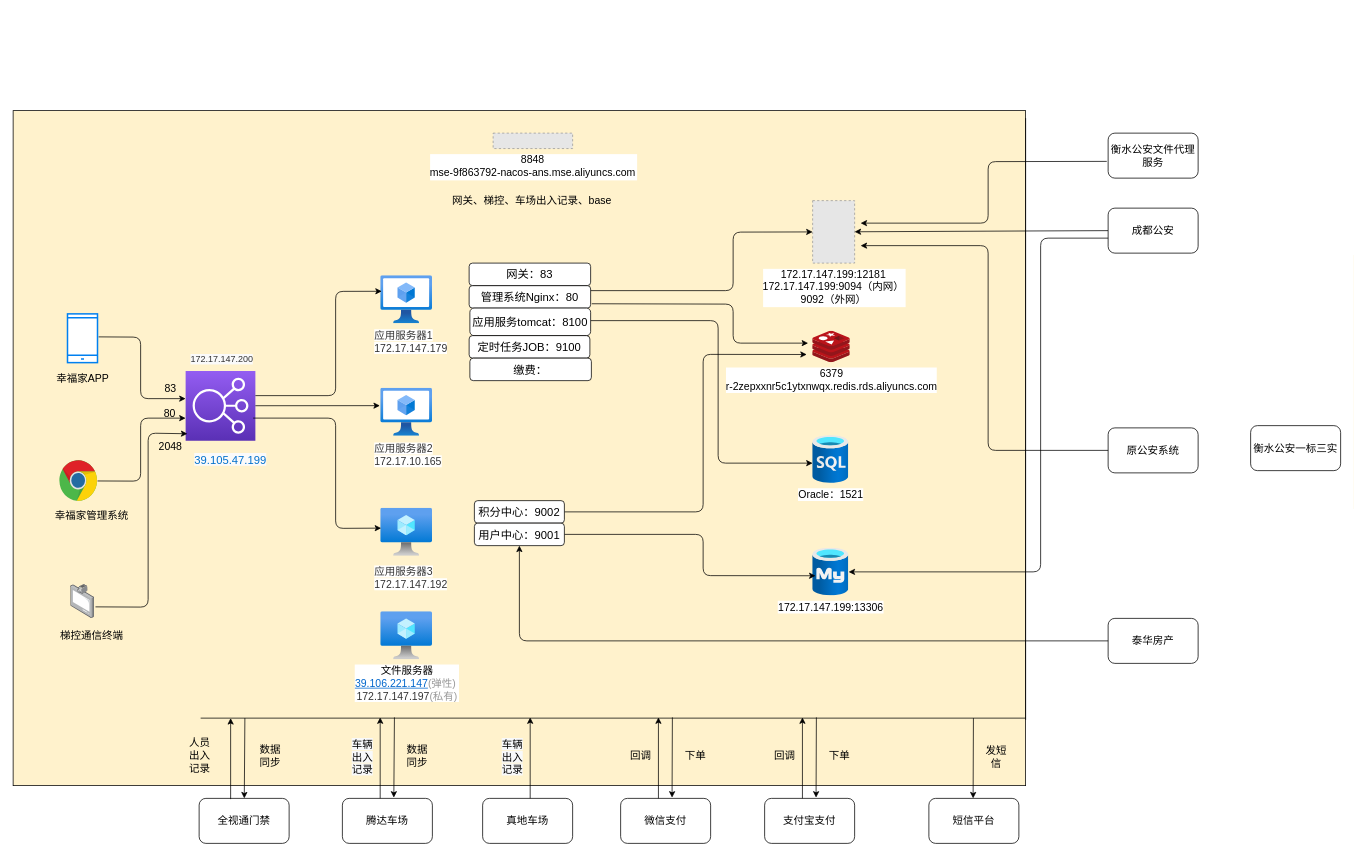
Earlier version of the draw.io diagram page "幸福家社区" (4 of 4) of heng_community.drawio (jeffmacn/myjava). Source tidied: cells renumbered, new cells numbered last; positions are measured from the earlier drawing's top-left corner, leaving out a move shared by most shapes. Both pictures are drawn from the tidied source at 75%, with x=0, y=0 at pixel (13, 110). Pictures stored in the file or linked from it are replaced by grey dashed boxes.
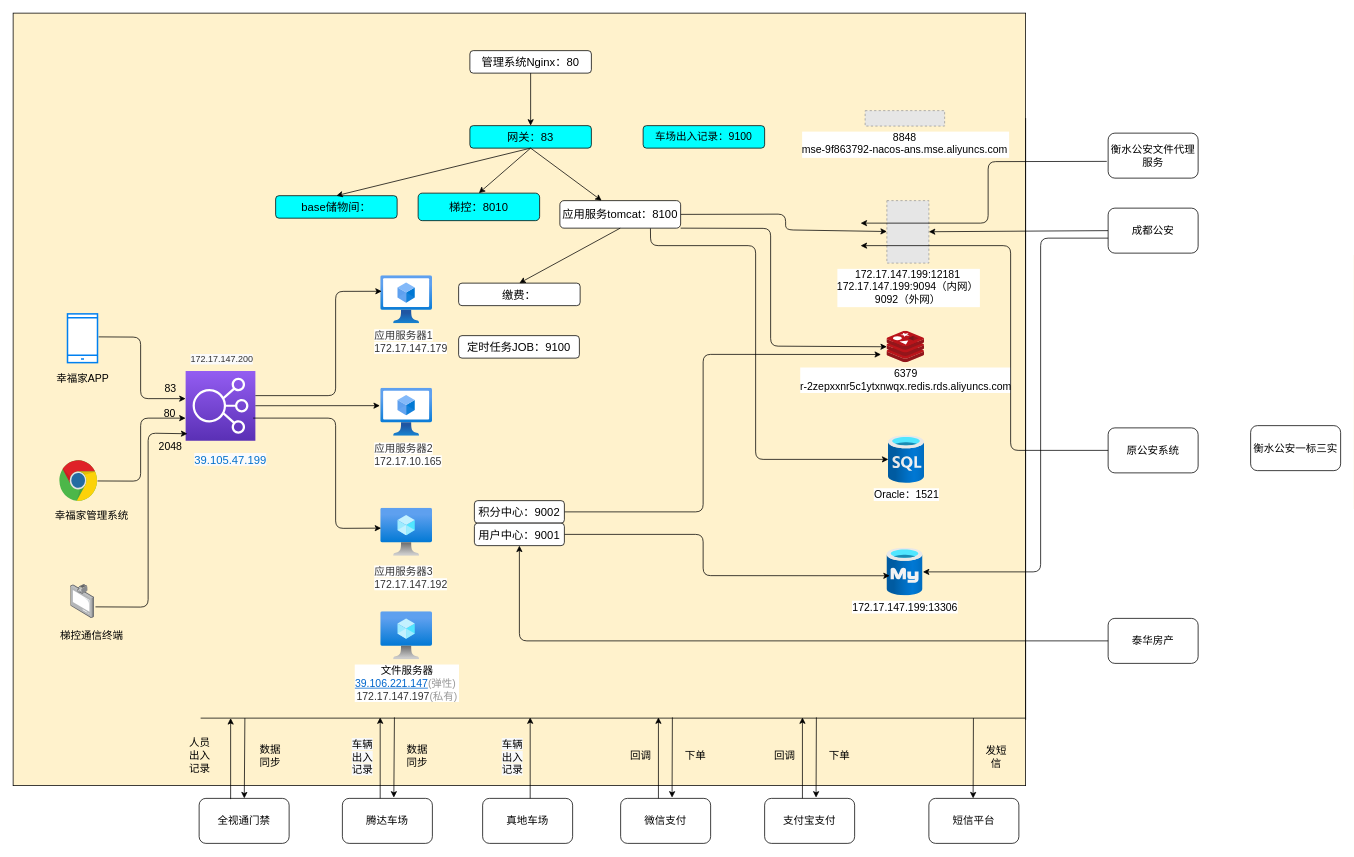
Above is the later version.

The change refers to these unchanged cells:
```xml
<mxCell id="72" value="原公安系统" style="rounded=1;whiteSpace=wrap;html=1;fontFamily=Helvetica;fontSize=14;" parent="1" vertex="1">
  <mxGeometry x="1460" y="423" width="120" height="60" as="geometry" />
</mxCell>
```

Change to the diagram source:
```diff
@@
     <mxCell id="2" style="rounded=0;whiteSpace=wrap;html=1;fontFamily=Helvetica;fontSize=14;fillColor=#FFF2CC;" parent="1" vertex="1">
-      <mxGeometry width="1350" height="900" as="geometry" />
+      <mxGeometry y="-130" width="1350" height="1030" as="geometry" />
     </mxCell>
@@
     <mxCell id="11" value="172.17.147.199:13306" style="html=1;points=[];align=center;image;fontSize=14;image=img/lib/azure2/databases/Azure_Database_MySQL_Server.svg;" parent="1" vertex="1">
-      <mxGeometry x="1066" y="583" width="48" height="64" as="geometry" />
+      <mxGeometry x="1165" y="583" width="48" height="64" as="geometry" />
     </mxCell>
     <mxCell id="12" value="Oracle：1521" style="html=1;points=[];align=center;image;fontSize=14;image=img/lib/azure2/databases/SQL_Database.svg;" parent="1" vertex="1">
-      <mxGeometry x="1066" y="433" width="48" height="64" as="geometry" />
+      <mxGeometry x="1167" y="433" width="48" height="64" as="geometry" />
     </mxCell>
     <mxCell id="13" value="6379&lt;br&gt;r-2zepxxnr5c1ytxnwqx.redis.rds.aliyuncs.com" style="html=1;points=[];align=center;image;fontSize=14;image=img/lib/mscae/Cache_Redis_Product.svg;" parent="1" vertex="1">
-      <mxGeometry x="1066" y="294" width="50" height="42" as="geometry" />
+      <mxGeometry x="1165" y="294" width="50" height="42" as="geometry" />
     </mxCell>
     <mxCell id="14" value="172.17.147.199:12181&#10;172.17.147.199:9094（内网）&#10;9092（外网）" style="fillColor=#E6E6E6;strokeColor=#999999;dashed=1;verticalLabelPosition=bottom;labelBackgroundColor=#ffffff;verticalAlign=top;fontSize=14;" parent="1" vertex="1">
-      <mxGeometry x="1066" y="120" width="56" height="83.3" as="geometry" />
+      <mxGeometry x="1165" y="120" width="56" height="83.3" as="geometry" />
     </mxCell>
@@
-    <mxCell id="37" style="endArrow=classic;html=1;fontFamily=Helvetica;fontSize=15;exitX=1;exitY=0.5;exitDx=0;exitDy=0;" parent="1" edge="1" target="14">
+    <mxCell id="37" style="endArrow=classic;html=1;fontFamily=Helvetica;fontSize=15;exitX=1;exitY=0.5;exitDx=0;exitDy=0;" parent="1" edge="1" source="80" target="14">
       <mxGeometry relative="1" as="geometry">
-        <mxPoint x="770" y="240" as="sourcePoint" />
         <Array as="points">
-          <mxPoint x="960" y="240" />
-          <mxPoint x="960" y="162" />
+          <mxPoint x="1030" y="138" />
+          <mxPoint x="1030" y="159" />
         </Array>
       </mxGeometry>
     </mxCell>
-    <mxCell id="38" style="endArrow=classic;html=1;fontFamily=Helvetica;fontSize=15;exitX=1.009;exitY=1.375;exitDx=0;exitDy=0;exitPerimeter=0;" parent="1" edge="1">
+    <mxCell id="38" style="endArrow=classic;html=1;fontFamily=Helvetica;fontSize=15;exitX=1;exitY=1;exitDx=0;exitDy=0;" parent="1" edge="1" source="80" target="13">
       <mxGeometry relative="1" as="geometry">
-        <mxPoint x="771.5" y="257.5" as="sourcePoint" />
-        <mxPoint x="1060" y="310" as="targetPoint" />
         <Array as="points">
-          <mxPoint x="960" y="258" />
-          <mxPoint x="960" y="310" />
+          <mxPoint x="1010" y="157" />
+          <mxPoint x="1010" y="314" />
         </Array>
       </mxGeometry>
     </mxCell>
-    <mxCell id="39" style="endArrow=classic;html=1;fontFamily=Helvetica;fontSize=15;" parent="1" edge="1">
+    <mxCell id="39" style="endArrow=classic;html=1;fontFamily=Helvetica;fontSize=15;exitX=0.75;exitY=1;exitDx=0;exitDy=0;" parent="1" edge="1" source="80" target="12">
       <mxGeometry relative="1" as="geometry">
-        <mxPoint x="770" y="280" as="sourcePoint" />
-        <mxPoint x="1066" y="470" as="targetPoint" />
         <Array as="points">
-          <mxPoint x="940" y="280" />
-          <mxPoint x="940" y="470" />
+          <mxPoint x="850" y="180" />
+          <mxPoint x="990" y="180" />
+          <mxPoint x="990" y="465" />
         </Array>
       </mxGeometry>
     </mxCell>
     <mxCell id="40" value="8848&#10;mse-9f863792-nacos-ans.mse.aliyuncs.com" style="fillColor=#E6E6E6;strokeColor=#999999;dashed=1;verticalLabelPosition=bottom;labelBackgroundColor=#ffffff;verticalAlign=top;fontSize=14;" parent="1" vertex="1">
-      <mxGeometry x="640" y="30" width="106" height="20.6" as="geometry" />
+      <mxGeometry x="1136" width="106" height="20.6" as="geometry" />
     </mxCell>
-    <mxCell id="41" value="网关、梯控、车场出入记录、base" style="text;html=1;strokeColor=none;fillColor=none;align=center;verticalAlign=middle;whiteSpace=wrap;rounded=0;fontFamily=Helvetica;fontSize=14;" parent="1" vertex="1">
-      <mxGeometry x="577" y="110" width="230" height="20" as="geometry" />
-    </mxCell>
@@
     <mxCell id="74" style="endArrow=classic;html=1;fontFamily=Helvetica;fontSize=14;exitX=0;exitY=0.5;exitDx=0;exitDy=0;" parent="1" edge="1" source="72">
       <mxGeometry relative="1" as="geometry">
         <mxPoint x="1130" y="180" as="targetPoint" />
         <Array as="points">
-          <mxPoint x="1300" y="453" />
-          <mxPoint x="1300" y="180" />
+          <mxPoint x="1330" y="453" />
+          <mxPoint x="1330" y="180" />
         </Array>
       </mxGeometry>
     </mxCell>
@@
     <mxCell id="79" value="&lt;span style=&quot;font-size: 15px&quot;&gt;管理系统Nginx：80&lt;/span&gt;" style="rounded=1;whiteSpace=wrap;html=1;fillColor=#FFFFFF;fontFamily=Helvetica;fontSize=14;" parent="1" vertex="1">
-      <mxGeometry x="608" y="233.3" width="162" height="30" as="geometry" />
+      <mxGeometry x="609" y="-80" width="162" height="30" as="geometry" />
     </mxCell>
     <mxCell id="80" value="&lt;span style=&quot;font-size: 15px&quot;&gt;应用服务tomcat：8100&lt;/span&gt;" style="rounded=1;whiteSpace=wrap;html=1;fillColor=#FFFFFF;fontFamily=Helvetica;fontSize=14;" parent="1" vertex="1">
-      <mxGeometry x="609" y="263.3" width="161" height="36.7" as="geometry" />
+      <mxGeometry x="729" y="120" width="161" height="36.7" as="geometry" />
     </mxCell>
-    <mxCell id="81" value="&lt;span style=&quot;font-size: 15px&quot;&gt;网关：83&lt;/span&gt;" style="rounded=1;whiteSpace=wrap;html=1;fillColor=#FFFFFF;fontFamily=Helvetica;fontSize=14;" parent="1" vertex="1">
-      <mxGeometry x="608" y="203.3" width="162" height="30" as="geometry" />
+    <mxCell id="81" value="&lt;span style=&quot;font-size: 15px&quot;&gt;网关：83&lt;/span&gt;" style="rounded=1;whiteSpace=wrap;html=1;fontFamily=Helvetica;fontSize=14;fillColor=#00FFFF;" parent="1" vertex="1">
+      <mxGeometry x="609" y="20" width="162" height="30" as="geometry" />
     </mxCell>
     <mxCell id="82" value="&lt;span style=&quot;font-size: 15px&quot;&gt;定时任务JOB：9100&lt;/span&gt;" style="rounded=1;whiteSpace=wrap;html=1;fillColor=#FFFFFF;fontFamily=Helvetica;fontSize=14;" parent="1" vertex="1">
-      <mxGeometry x="608" y="300" width="161" height="30" as="geometry" />
+      <mxGeometry x="594" y="300" width="161" height="30" as="geometry" />
     </mxCell>
     <mxCell id="83" value="&lt;span style=&quot;font-size: 15px&quot;&gt;缴费：&lt;/span&gt;" style="rounded=1;whiteSpace=wrap;html=1;fillColor=#FFFFFF;fontFamily=Helvetica;fontSize=14;" parent="1" vertex="1">
-      <mxGeometry x="609" y="330" width="162" height="30" as="geometry" />
+      <mxGeometry x="594" y="230" width="162" height="30" as="geometry" />
     </mxCell>
+    <mxCell id="84" style="endArrow=classic;html=1;fontFamily=Helvetica;fontSize=14;exitX=0.5;exitY=1;exitDx=0;exitDy=0;" parent="1" edge="1" source="79" target="81">
+      <mxGeometry relative="1" as="geometry" />
+    </mxCell>
+    <mxCell id="85" style="endArrow=classic;html=1;fontFamily=Helvetica;fontSize=14;exitX=0.5;exitY=1;exitDx=0;exitDy=0;" parent="1" edge="1" source="81" target="80">
+      <mxGeometry relative="1" as="geometry" />
+    </mxCell>
+    <mxCell id="86" value="&lt;span style=&quot;font-size: 15px&quot;&gt;梯控：8010&lt;/span&gt;" style="rounded=1;whiteSpace=wrap;html=1;fontFamily=Helvetica;fontSize=14;fillColor=#00FFFF;" parent="1" vertex="1">
+      <mxGeometry x="540" y="110" width="162" height="36.7" as="geometry" />
+    </mxCell>
+    <mxCell id="87" style="endArrow=classic;html=1;fontFamily=Helvetica;fontSize=14;exitX=0.5;exitY=1;exitDx=0;exitDy=0;entryX=0.5;entryY=0;entryDx=0;entryDy=0;" parent="1" edge="1" source="81" target="86">
+      <mxGeometry relative="1" as="geometry" />
+    </mxCell>
+    <mxCell id="88" style="endArrow=classic;html=1;fontFamily=Helvetica;fontSize=14;exitX=0.5;exitY=1;exitDx=0;exitDy=0;entryX=0.5;entryY=0;entryDx=0;entryDy=0;" parent="1" edge="1" source="80" target="83">
+      <mxGeometry relative="1" as="geometry" />
+    </mxCell>
+    <mxCell id="89" value="&lt;span style=&quot;font-size: 15px&quot;&gt;base储物间：&lt;/span&gt;" style="rounded=1;whiteSpace=wrap;html=1;fontFamily=Helvetica;fontSize=14;fillColor=#00FFFF;" parent="1" vertex="1">
+      <mxGeometry x="350" y="113.4" width="162" height="30" as="geometry" />
+    </mxCell>
+    <mxCell id="90" style="endArrow=classic;html=1;fontFamily=Helvetica;fontSize=14;entryX=0.5;entryY=0;entryDx=0;entryDy=0;" parent="1" edge="1" target="89">
+      <mxGeometry relative="1" as="geometry">
+        <mxPoint x="690" y="50" as="sourcePoint" />
+      </mxGeometry>
+    </mxCell>
+    <mxCell id="91" value="车场出入记录：9100" style="rounded=1;whiteSpace=wrap;html=1;fontFamily=Helvetica;fontSize=14;fillColor=#00FFFF;" parent="1" vertex="1">
+      <mxGeometry x="840" y="20" width="162" height="30" as="geometry" />
+    </mxCell>
```
